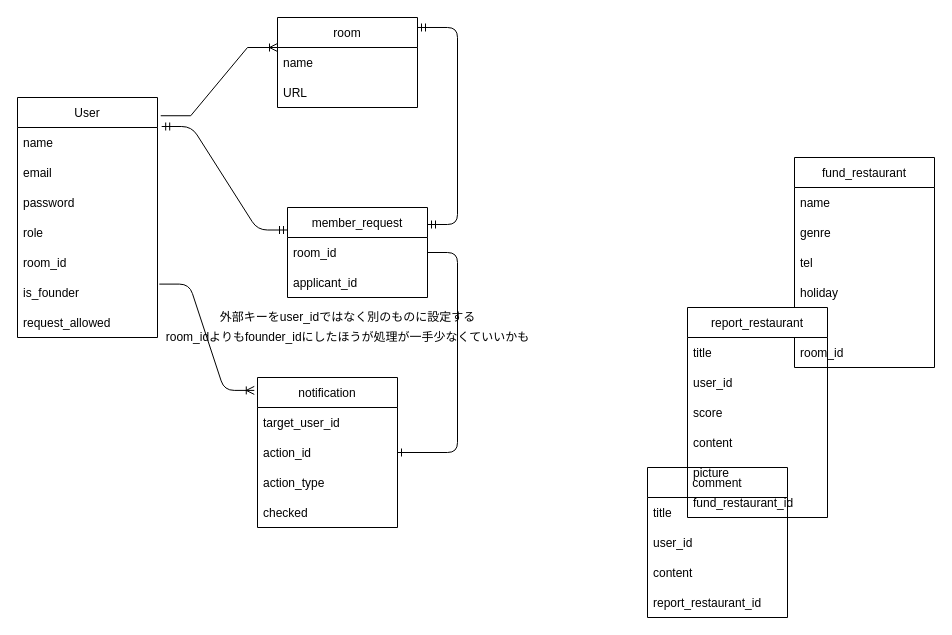
Before: ER_diagram.drawio in kashmii/favs_we_know, a draw.io diagram. Source tidied: cells renumbered, new cells numbered last; positions are measured from the earlier drawing's top-left corner, leaving out a move shared by most shapes. Both pictures are drawn from the tidied source at 100%, with x=0, y=0 at pixel (17, 17).
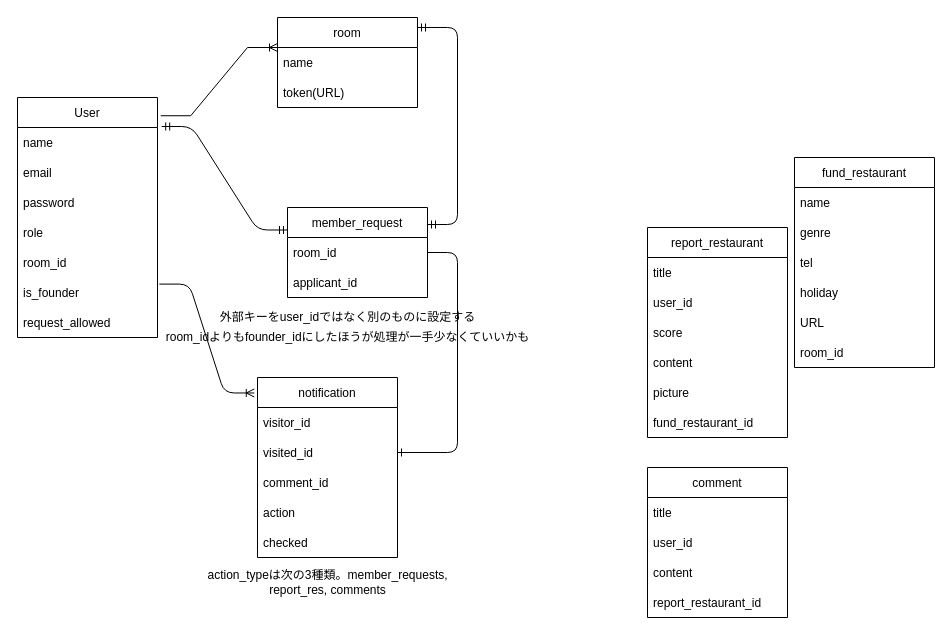
Above is the later version.

The change refers to these unchanged cells:
```xml
<mxCell id="2" value="room" style="swimlane;fontStyle=0;horizontal=1;startSize=30;" parent="1" vertex="1">
  <mxGeometry x="260" width="140" height="90" as="geometry" />
</mxCell>
```

Diff of the diagram source:
```diff
@@
-    <mxCell id="4" value="URL" style="text;strokeColor=none;fillColor=none;align=left;verticalAlign=middle;spacingLeft=4;spacingRight=4;overflow=hidden;" parent="2" vertex="1">
+    <mxCell id="4" value="token(URL)" style="text;strokeColor=none;fillColor=none;align=left;verticalAlign=middle;spacingLeft=4;spacingRight=4;overflow=hidden;" parent="2" vertex="1">
       <mxGeometry y="60" width="140" height="30" as="geometry" />
     </mxCell>
@@
     <mxCell id="20" value="notification" style="swimlane;fontStyle=0;horizontal=1;startSize=30;" parent="1" vertex="1">
-      <mxGeometry x="240" y="360" width="140" height="150" as="geometry" />
+      <mxGeometry x="240" y="360" width="140" height="180" as="geometry" />
     </mxCell>
-    <mxCell id="21" value="target_user_id" style="text;strokeColor=none;fillColor=none;align=left;verticalAlign=middle;spacingLeft=4;spacingRight=4;overflow=hidden;" parent="20" vertex="1">
+    <mxCell id="21" value="visitor_id" style="text;strokeColor=none;fillColor=none;align=left;verticalAlign=middle;spacingLeft=4;spacingRight=4;overflow=hidden;" parent="20" vertex="1">
       <mxGeometry y="30" width="140" height="30" as="geometry" />
     </mxCell>
-    <mxCell id="22" value="action_id" style="text;strokeColor=none;fillColor=none;align=left;verticalAlign=middle;spacingLeft=4;spacingRight=4;overflow=hidden;points=[[0,0.5],[1,0.5]];portConstraint=eastwest;" parent="20" vertex="1">
+    <mxCell id="22" value="visited_id" style="text;strokeColor=none;fillColor=none;align=left;verticalAlign=middle;spacingLeft=4;spacingRight=4;overflow=hidden;points=[[0,0.5],[1,0.5]];portConstraint=eastwest;" parent="20" vertex="1">
       <mxGeometry y="60" width="140" height="30" as="geometry" />
     </mxCell>
+    <mxCell id="47" value="comment_id" style="text;strokeColor=none;fillColor=none;align=left;verticalAlign=middle;spacingLeft=4;spacingRight=4;overflow=hidden;" parent="20" vertex="1">
+      <mxGeometry y="90" width="140" height="30" as="geometry" />
+    </mxCell>
-    <mxCell id="23" value="action_type" style="text;strokeColor=none;fillColor=none;align=left;verticalAlign=middle;spacingLeft=4;spacingRight=4;overflow=hidden;" parent="20" vertex="1">
-      <mxGeometry y="90" width="140" height="30" as="geometry" />
+    <mxCell id="23" value="action" style="text;strokeColor=none;fillColor=none;align=left;verticalAlign=middle;spacingLeft=4;spacingRight=4;overflow=hidden;" parent="20" vertex="1">
+      <mxGeometry y="120" width="140" height="30" as="geometry" />
     </mxCell>
     <mxCell id="24" value="checked" style="text;strokeColor=none;fillColor=none;align=left;verticalAlign=middle;spacingLeft=4;spacingRight=4;overflow=hidden;" parent="20" vertex="1">
-      <mxGeometry y="120" width="140" height="30" as="geometry" />
+      <mxGeometry y="150" width="140" height="30" as="geometry" />
     </mxCell>
@@
     <mxCell id="40" value="report_restaurant" style="swimlane;fontStyle=0;horizontal=1;startSize=30;" parent="1" vertex="1">
-      <mxGeometry x="670" y="290" width="140" height="210" as="geometry" />
+      <mxGeometry x="630" y="210" width="140" height="210" as="geometry" />
     </mxCell>
@@
+    <mxCell id="48" value="action_typeは次の3種類。member_requests,&lt;br&gt;report_res, comments" style="text;html=1;align=center;verticalAlign=middle;strokeColor=none;fillColor=none;" parent="1" vertex="1">
+      <mxGeometry x="180" y="550" width="260" height="30" as="geometry" />
+    </mxCell>
```
